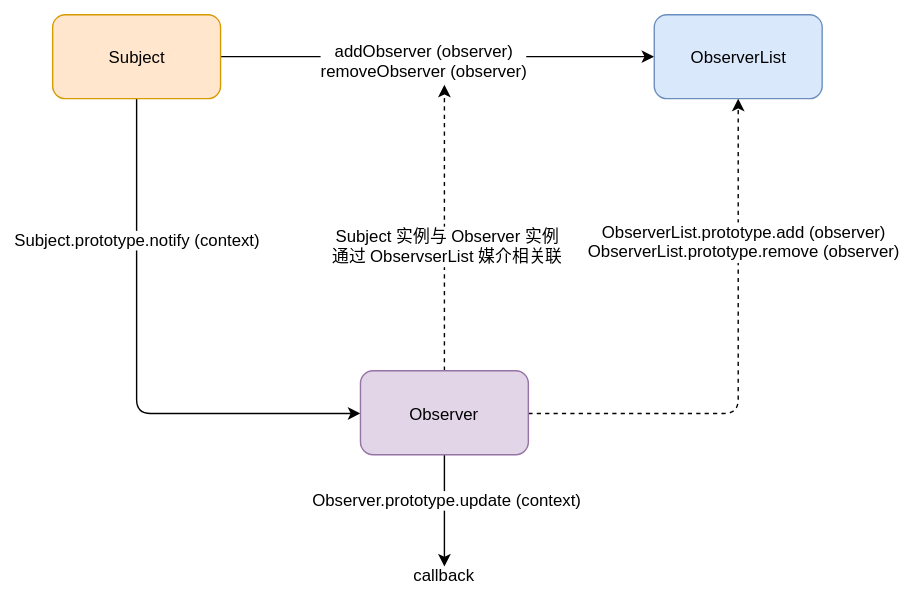
lbwa/lbwa.github.io keeps this draw.io diagram as source/images/post/js-design-pattern/observer-pattern.svg. Above is the earlier version. Source tidied: cells renumbered, new cells last; positions are measured from the earlier drawing's top-left corner, leaving out a move shared by most shapes.
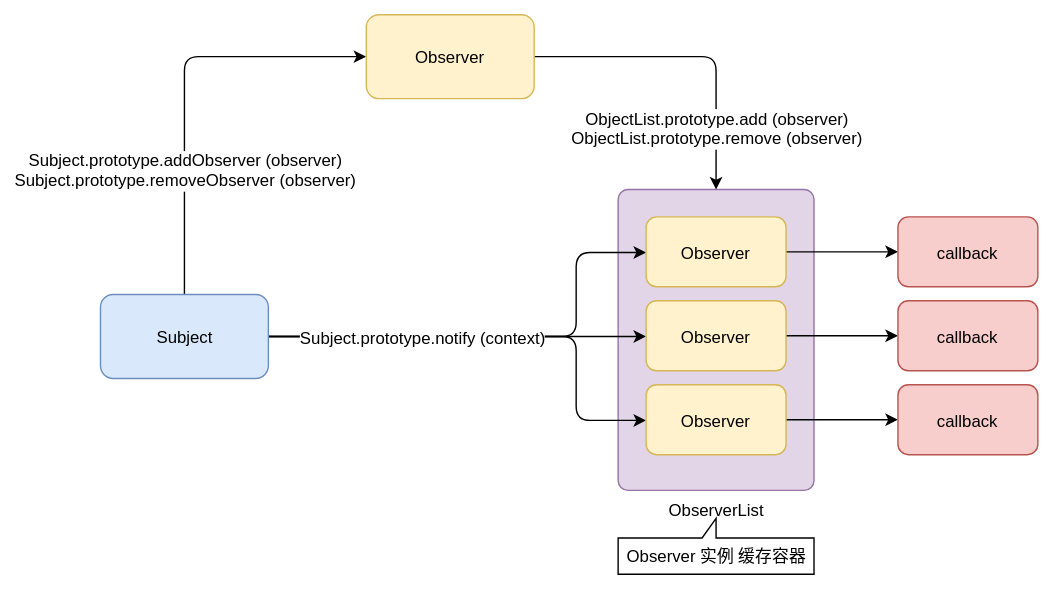
Above is the later version.

Commit message:
optimize: reload img and revise words in observer pattern

The edit, as a diff of the source:
```diff
@@ -2,55 +2,84 @@
   <root>
     <mxCell id="0" />
     <mxCell id="1" parent="0" />
-    <mxCell id="2" style="edgeStyle=orthogonalEdgeStyle;rounded=1;html=1;entryX=0;entryY=0.5;jettySize=auto;strokeColor=#000000;fontSize=12;exitX=0.5;exitY=1;" parent="1" edge="1" source="6" target="14">
-      <mxGeometry relative="1" as="geometry" />
-    </mxCell>
+    <mxCell id="7" value="ObserverList" style="rounded=1;whiteSpace=wrap;html=1;fontSize=12;arcSize=5;labelPosition=center;verticalLabelPosition=bottom;align=center;verticalAlign=top;fillColor=#e1d5e7;strokeColor=#9673a6;" parent="1" vertex="1">
+      <mxGeometry x="430" width="140" height="215" as="geometry" />
+    </mxCell>
+    <mxCell id="16" style="edgeStyle=orthogonalEdgeStyle;rounded=1;html=1;entryX=0;entryY=0.5;jettySize=auto;strokeColor=#000000;fontSize=12;" parent="1" edge="1" source="11" target="25">
+      <mxGeometry relative="1" as="geometry">
+        <Array as="points">
+          <mxPoint x="400" y="105" />
+          <mxPoint x="400" y="45" />
+        </Array>
+      </mxGeometry>
+    </mxCell>
+    <mxCell id="17" style="edgeStyle=orthogonalEdgeStyle;rounded=1;html=1;entryX=0;entryY=0.5;jettySize=auto;strokeColor=#000000;fontSize=12;" parent="1" edge="1" source="11" target="28">
+      <mxGeometry relative="1" as="geometry" />
+    </mxCell>
+    <mxCell id="18" style="edgeStyle=orthogonalEdgeStyle;rounded=1;html=1;entryX=0;entryY=0.5;jettySize=auto;strokeColor=#000000;fontSize=12;" parent="1" edge="1" source="11" target="31">
+      <mxGeometry relative="1" as="geometry">
+        <Array as="points">
+          <mxPoint x="400" y="105" />
+          <mxPoint x="400" y="165" />
+        </Array>
+      </mxGeometry>
+    </mxCell>
-    <mxCell id="3" value="Subject.prototype.notify (context)" style="text;html=1;align=center;verticalAlign=middle;labelBackgroundColor=#ffffff;fontSize=12;" parent="2" vertex="1">
-      <mxGeometry x="-0.32" y="2" relative="1" as="geometry">
-        <mxPoint x="-2" y="-31" as="offset" />
+    <mxCell id="3" value="Subject.prototype.notify (context)" style="text;html=1;align=center;verticalAlign=middle;labelBackgroundColor=#ffffff;fontSize=12;" parent="18" vertex="1">
+      <mxGeometry x="-0.65" y="1" relative="1" as="geometry">
+        <mxPoint x="53" y="1" as="offset" />
       </mxGeometry>
     </mxCell>
-    <mxCell id="4" style="edgeStyle=orthogonalEdgeStyle;rounded=1;html=1;entryX=0;entryY=0.5;jettySize=auto;strokeColor=#000000;fontSize=12;" parent="1" edge="1" source="6" target="7">
-      <mxGeometry relative="1" as="geometry" />
-    </mxCell>
-    <mxCell id="5" value="addObserver (observer)&lt;br&gt;removeObserver (observer)&lt;br&gt;" style="text;html=1;align=center;verticalAlign=middle;labelBackgroundColor=#ffffff;fontSize=12;" parent="4" vertex="1">
-      <mxGeometry x="-0.07" y="-2" relative="1" as="geometry" />
-    </mxCell>
-    <mxCell id="6" value="Subject" style="rounded=1;whiteSpace=wrap;html=1;fontSize=12;fillColor=#ffe6cc;strokeColor=#d79b00;" parent="1" vertex="1">
-      <mxGeometry width="120" height="60" as="geometry" />
-    </mxCell>
-    <mxCell id="7" value="ObserverList" style="rounded=1;whiteSpace=wrap;html=1;fontSize=12;fillColor=#dae8fc;strokeColor=#6c8ebf;" parent="1" vertex="1">
-      <mxGeometry x="430" width="120" height="60" as="geometry" />
-    </mxCell>
-    <mxCell id="8" style="edgeStyle=orthogonalEdgeStyle;rounded=1;html=1;jettySize=auto;strokeColor=#000000;fontSize=12;" parent="1" edge="1" source="14">
-      <mxGeometry relative="1" as="geometry">
-        <mxPoint x="280" y="394.5" as="targetPoint" />
-      </mxGeometry>
-    </mxCell>
-    <mxCell id="9" value="Observer.prototype.update (context)" style="text;html=1;align=center;verticalAlign=middle;labelBackgroundColor=#ffffff;fontSize=12;" parent="8" vertex="1">
-      <mxGeometry x="-0.21" y="1" relative="1" as="geometry" />
-    </mxCell>
-    <mxCell id="10" style="edgeStyle=orthogonalEdgeStyle;rounded=1;html=1;jettySize=auto;strokeColor=#000000;fontSize=12;dashed=1;" parent="1" edge="1" source="14">
-      <mxGeometry relative="1" as="geometry">
-        <mxPoint x="280" y="50" as="targetPoint" />
-      </mxGeometry>
-    </mxCell>
+    <mxCell id="19" style="edgeStyle=orthogonalEdgeStyle;rounded=1;html=1;entryX=0;entryY=0.5;jettySize=auto;strokeColor=#000000;fontSize=12;exitX=0.5;exitY=0;" parent="1" edge="1" source="11" target="23">
+      <mxGeometry relative="1" as="geometry" />
+    </mxCell>
+    <mxCell id="20" value="Subject.prototype.addObserver (observer)&lt;br&gt;Subject.prototype.removeObserver (observer)&lt;br&gt;" style="text;html=1;align=center;verticalAlign=middle;labelBackgroundColor=#ffffff;fontSize=12;" parent="19" vertex="1">
+      <mxGeometry x="-0.31" y="-4" relative="1" as="geometry">
+        <mxPoint x="-4" y="13" as="offset" />
+      </mxGeometry>
+    </mxCell>
-    <mxCell id="11" value="Subject 实例与 Observer 实例&lt;br&gt;通过 ObservserList 媒介相关联&lt;br&gt;" style="text;html=1;points=[];align=center;verticalAlign=middle;labelBackgroundColor=#ffffff;fontSize=12;" parent="10" vertex="1">
-      <mxGeometry x="-0.11" y="-2" relative="1" as="geometry">
-        <mxPoint y="1" as="offset" />
-      </mxGeometry>
+    <mxCell id="11" value="Subject" style="rounded=1;whiteSpace=wrap;html=1;fontSize=12;fillColor=#dae8fc;strokeColor=#6c8ebf;" parent="1" vertex="1">
+      <mxGeometry x="60" y="75" width="120" height="60" as="geometry" />
     </mxCell>
-    <mxCell id="12" style="edgeStyle=orthogonalEdgeStyle;rounded=1;html=1;entryX=0.5;entryY=1;dashed=1;jettySize=auto;strokeColor=#000000;fontSize=12;" parent="1" edge="1" source="14" target="7">
-      <mxGeometry relative="1" as="geometry" />
-    </mxCell>
-    <mxCell id="13" value="ObserverList.prototype.add (observer)&lt;br&gt;ObserverList.prototype.remove (observer)&lt;br&gt;" style="text;html=1;align=center;verticalAlign=middle;labelBackgroundColor=#ffffff;fontSize=12;" parent="12" vertex="1">
-      <mxGeometry x="0.46" y="-4" relative="1" as="geometry" />
-    </mxCell>
-    <mxCell id="14" value="Observer" style="rounded=1;whiteSpace=wrap;html=1;fontSize=12;fillColor=#e1d5e7;strokeColor=#9673a6;" parent="1" vertex="1">
-      <mxGeometry x="220" y="254.5" width="120" height="60" as="geometry" />
-    </mxCell>
-    <mxCell id="15" value="callback" style="text;html=1;strokeColor=none;fillColor=none;align=center;verticalAlign=middle;whiteSpace=wrap;rounded=0;fontSize=12;" parent="1" vertex="1">
-      <mxGeometry x="255" y="390" width="50" height="20" as="geometry" />
-    </mxCell>
+    <mxCell id="21" style="edgeStyle=orthogonalEdgeStyle;rounded=1;html=1;entryX=0.5;entryY=0;jettySize=auto;strokeColor=#000000;fontSize=12;" parent="1" edge="1" source="23" target="7">
+      <mxGeometry relative="1" as="geometry" />
+    </mxCell>
+    <mxCell id="22" value="ObjectList.prototype.add (observer)&lt;br&gt;ObjectList.prototype.remove (observer)&lt;br&gt;" style="text;html=1;align=center;verticalAlign=middle;labelBackgroundColor=#ffffff;fontSize=12;" parent="21" vertex="1">
+      <mxGeometry x="0.25" y="-37" relative="1" as="geometry">
+        <mxPoint x="37" y="39" as="offset" />
+      </mxGeometry>
+    </mxCell>
+    <mxCell id="23" value="Observer" style="rounded=1;whiteSpace=wrap;html=1;fontSize=12;fillColor=#fff2cc;strokeColor=#d6b656;" parent="1" vertex="1">
+      <mxGeometry x="250" y="-125" width="120" height="60" as="geometry" />
+    </mxCell>
+    <mxCell id="24" style="edgeStyle=orthogonalEdgeStyle;rounded=1;html=1;jettySize=auto;strokeColor=#000000;fontSize=12;" parent="1" edge="1" source="25" target="26">
+      <mxGeometry relative="1" as="geometry" />
+    </mxCell>
+    <mxCell id="25" value="Observer" style="rounded=1;whiteSpace=wrap;html=1;fontSize=12;fillColor=#fff2cc;strokeColor=#d6b656;" parent="1" vertex="1">
+      <mxGeometry x="450" y="19.5" width="100" height="50" as="geometry" />
+    </mxCell>
+    <mxCell id="26" value="callback" style="rounded=1;whiteSpace=wrap;html=1;fontSize=12;fillColor=#f8cecc;strokeColor=#b85450;" parent="1" vertex="1">
+      <mxGeometry x="630" y="19.5" width="100" height="50" as="geometry" />
+    </mxCell>
+    <mxCell id="27" style="edgeStyle=orthogonalEdgeStyle;rounded=1;html=1;jettySize=auto;strokeColor=#000000;fontSize=12;" parent="1" edge="1" source="28" target="29">
+      <mxGeometry relative="1" as="geometry" />
+    </mxCell>
+    <mxCell id="28" value="Observer" style="rounded=1;whiteSpace=wrap;html=1;fontSize=12;fillColor=#fff2cc;strokeColor=#d6b656;" parent="1" vertex="1">
+      <mxGeometry x="450" y="79.5" width="100" height="50" as="geometry" />
+    </mxCell>
+    <mxCell id="29" value="callback" style="rounded=1;whiteSpace=wrap;html=1;fontSize=12;fillColor=#f8cecc;strokeColor=#b85450;" parent="1" vertex="1">
+      <mxGeometry x="630" y="79.5" width="100" height="50" as="geometry" />
+    </mxCell>
+    <mxCell id="30" style="edgeStyle=orthogonalEdgeStyle;rounded=1;html=1;jettySize=auto;strokeColor=#000000;fontSize=12;" parent="1" edge="1" source="31" target="32">
+      <mxGeometry relative="1" as="geometry" />
+    </mxCell>
+    <mxCell id="31" value="Observer" style="rounded=1;whiteSpace=wrap;html=1;fontSize=12;fillColor=#fff2cc;strokeColor=#d6b656;" parent="1" vertex="1">
+      <mxGeometry x="450" y="139.5" width="100" height="50" as="geometry" />
+    </mxCell>
+    <mxCell id="32" value="callback" style="rounded=1;whiteSpace=wrap;html=1;fontSize=12;fillColor=#f8cecc;strokeColor=#b85450;" parent="1" vertex="1">
+      <mxGeometry x="630" y="139.5" width="100" height="50" as="geometry" />
+    </mxCell>
+    <mxCell id="33" value="Observer 实例 缓存容器" style="shape=callout;whiteSpace=wrap;html=1;perimeter=calloutPerimeter;rounded=0;fontSize=12;direction=west;size=14;position=0.5;base=10;" parent="1" vertex="1">
+      <mxGeometry x="430" y="235" width="140" height="40" as="geometry" />
+    </mxCell>
   </root>
 </mxGraphModel>
```
